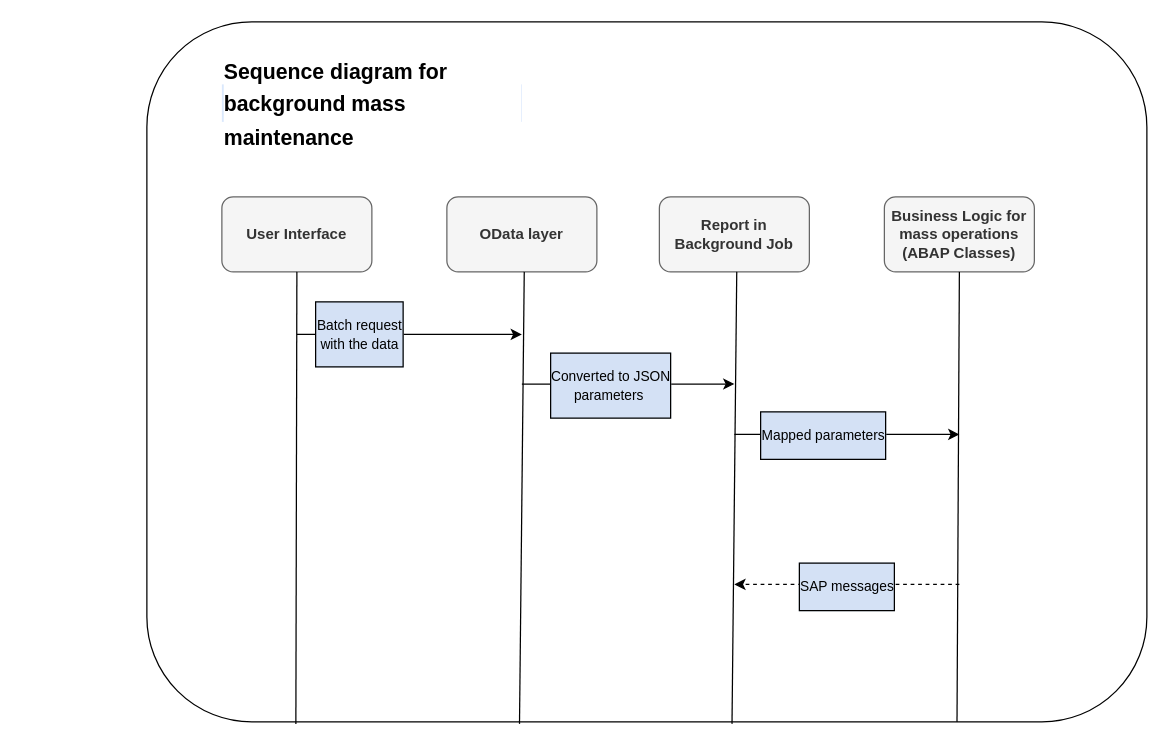
Before: Untitled Diagram.drawio in deusvalen/Anroid3_4, a draw.io diagram. Source tidied: cells renumbered, new cells numbered last; positions are measured from the earlier drawing's top-left corner, leaving out a move shared by most shapes. Both pictures are drawn from the tidied source at 125%, with x=0, y=0 at pixel (146, 21).
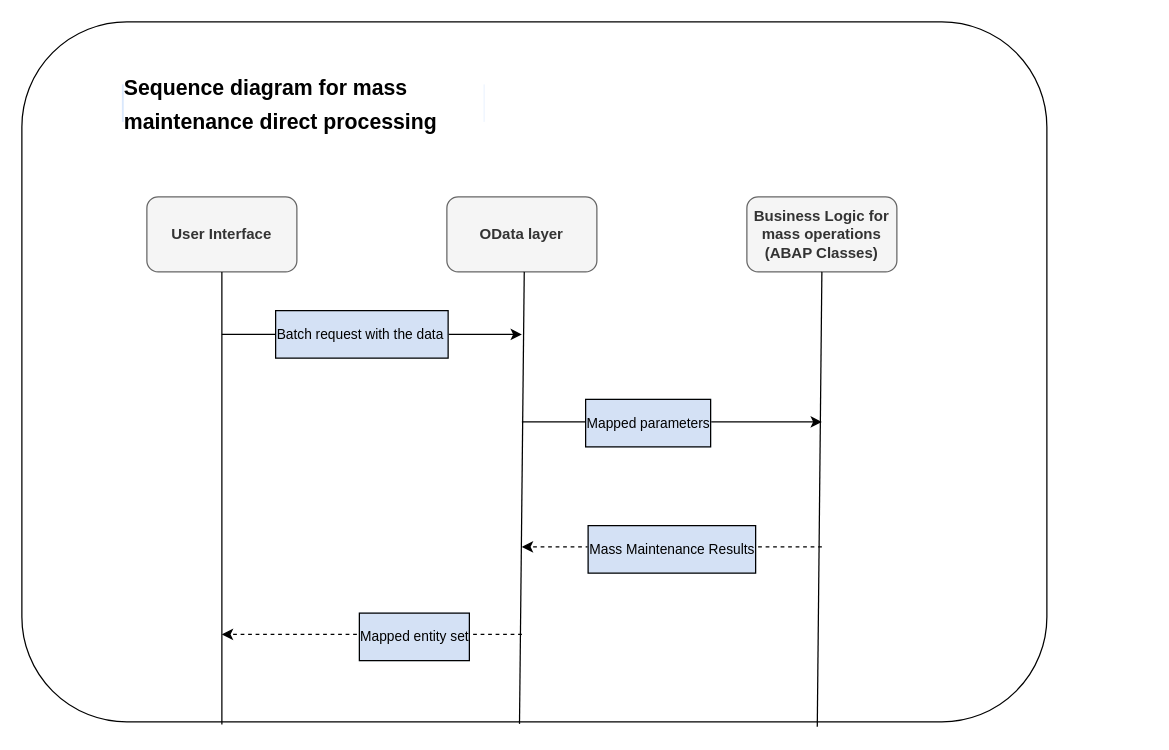
After the change.

Change to the diagram source:
```diff
@@
     <mxCell id="2" style="rounded=1;whiteSpace=wrap;html=1;arcSize=15;" parent="1" vertex="1">
-      <mxGeometry width="800" height="560" as="geometry" />
+      <mxGeometry x="-100" width="820" height="560" as="geometry" />
     </mxCell>
     <mxCell id="3" value="User Interface" style="rounded=1;whiteSpace=wrap;html=1;fillColor=#f5f5f5;strokeColor=#666666;fontColor=#333333;fontStyle=1;" parent="1" vertex="1">
-      <mxGeometry x="60" y="140" width="120" height="60" as="geometry" />
+      <mxGeometry y="140" width="120" height="60" as="geometry" />
     </mxCell>
@@
-    <mxCell id="5" value="Report in Background Job" style="rounded=1;whiteSpace=wrap;html=1;fillColor=#f5f5f5;strokeColor=#666666;fontColor=#333333;fontStyle=1;" parent="1" vertex="1">
-      <mxGeometry x="410" y="140" width="120" height="60" as="geometry" />
-    </mxCell>
     <mxCell id="6" value="Business Logic for mass operations&lt;br&gt;(ABAP Classes)" style="rounded=1;whiteSpace=wrap;html=1;fillColor=#f5f5f5;strokeColor=#666666;fontColor=#333333;fontStyle=1;shadow=0;sketch=0;glass=0;" parent="1" vertex="1">
-      <mxGeometry x="590" y="140" width="120" height="60" as="geometry" />
+      <mxGeometry x="480" y="140" width="120" height="60" as="geometry" />
     </mxCell>
-    <mxCell id="7" style="endArrow=none;html=1;exitX=0.149;exitY=1.003;exitDx=0;exitDy=0;exitPerimeter=0;" parent="1" edge="1" source="2">
+    <mxCell id="7" style="endArrow=none;html=1;" parent="1" edge="1">
       <mxGeometry relative="1" as="geometry">
-        <mxPoint x="120" y="200" as="targetPoint" />
+        <mxPoint x="60" y="562" as="sourcePoint" />
+        <mxPoint x="60" y="200" as="targetPoint" />
       </mxGeometry>
     </mxCell>
@@
-    <mxCell id="9" style="endArrow=none;html=1;exitX=0.149;exitY=1.003;exitDx=0;exitDy=0;exitPerimeter=0;" parent="1" edge="1">
-      <mxGeometry relative="1" as="geometry">
-        <mxPoint x="468.1" y="561.6" as="sourcePoint" />
-        <mxPoint x="471.9" y="200" as="targetPoint" />
-      </mxGeometry>
-    </mxCell>
-    <mxCell id="10" style="endArrow=none;html=1;exitX=0.149;exitY=1.003;exitDx=0;exitDy=0;exitPerimeter=0;entryX=0.5;entryY=1;entryDx=0;entryDy=0;" parent="1" edge="1" target="6">
-      <mxGeometry relative="1" as="geometry">
-        <mxPoint x="648.1" y="560" as="sourcePoint" />
-      </mxGeometry>
+    <mxCell id="10" style="endArrow=none;html=1;exitX=0.776;exitY=1.007;exitDx=0;exitDy=0;exitPerimeter=0;entryX=0.5;entryY=1;entryDx=0;entryDy=0;" parent="1" edge="1" source="2" target="6">
+      <mxGeometry relative="1" as="geometry" />
     </mxCell>
     <mxCell id="11" style="endArrow=classic;html=1;rounded=1;" parent="1" edge="1">
       <mxGeometry relative="1" as="geometry">
-        <mxPoint x="120" y="250" as="sourcePoint" />
+        <mxPoint x="60" y="250" as="sourcePoint" />
         <mxPoint x="300" y="250" as="targetPoint" />
       </mxGeometry>
     </mxCell>
-    <mxCell id="12" value="&lt;p style=&quot;line-height: 130%&quot;&gt;Batch request&lt;br style=&quot;font-size: 11px&quot;&gt;&amp;nbsp;with the data&amp;nbsp;&lt;/p&gt;" style="edgeLabel;html=1;align=center;verticalAlign=middle;labelBorderColor=#000000;fontSize=11;labelBackgroundColor=#D4E1F5;" parent="11" vertex="1">
-      <mxGeometry x="-0.46" y="1" relative="1" as="geometry" />
+    <mxCell id="12" value="&lt;p style=&quot;line-height: 130%&quot;&gt;Batch request with the data&amp;nbsp;&lt;/p&gt;" style="edgeLabel;html=1;align=center;verticalAlign=middle;labelBorderColor=#000000;fontSize=11;labelBackgroundColor=#D4E1F5;" parent="11" vertex="1">
+      <mxGeometry x="-0.46" y="1" relative="1" as="geometry">
+        <mxPoint x="46" as="offset" />
+      </mxGeometry>
     </mxCell>
-    <mxCell id="13" style="endArrow=classic;html=1;" parent="1" edge="1">
-      <mxGeometry relative="1" as="geometry">
-        <mxPoint x="300" y="289.7" as="sourcePoint" />
-        <mxPoint x="470" y="289.7" as="targetPoint" />
-      </mxGeometry>
-    </mxCell>
     <mxCell id="14" style="endArrow=classic;html=1;" parent="1" edge="1">
       <mxGeometry relative="1" as="geometry">
-        <mxPoint x="470" y="330" as="sourcePoint" />
-        <mxPoint x="650" y="330" as="targetPoint" />
+        <mxPoint x="300" y="320" as="sourcePoint" />
+        <mxPoint x="540" y="320" as="targetPoint" />
       </mxGeometry>
     </mxCell>
     <mxCell id="15" style="endArrow=classic;html=1;dashed=1;" parent="1" edge="1">
       <mxGeometry relative="1" as="geometry">
-        <mxPoint x="650" y="450" as="sourcePoint" />
-        <mxPoint x="470" y="450" as="targetPoint" />
+        <mxPoint x="540" y="420" as="sourcePoint" />
+        <mxPoint x="300" y="420" as="targetPoint" />
       </mxGeometry>
     </mxCell>
-    <mxCell id="16" value="&lt;p style=&quot;line-height: 130%&quot;&gt;Converted to JSON &lt;br&gt;parameters&amp;nbsp;&lt;/p&gt;" style="edgeLabel;html=1;align=center;verticalAlign=middle;labelBorderColor=#000000;fontSize=11;labelBackgroundColor=#D4E1F5;" parent="1" vertex="1">
-      <mxGeometry x="370" y="290" as="geometry" />
-    </mxCell>
     <mxCell id="17" value="&lt;p style=&quot;line-height: 130%&quot;&gt;Mapped parameters&lt;/p&gt;" style="edgeLabel;html=1;align=center;verticalAlign=middle;labelBorderColor=#000000;fontSize=11;labelBackgroundColor=#D4E1F5;" parent="1" vertex="1">
-      <mxGeometry x="540" y="330" as="geometry" />
+      <mxGeometry x="400" y="320" as="geometry" />
     </mxCell>
-    <mxCell id="18" value="&lt;p style=&quot;line-height: 130%&quot;&gt;SAP messages&lt;/p&gt;" style="edgeLabel;html=1;align=center;verticalAlign=middle;labelBorderColor=#000000;fontSize=11;labelBackgroundColor=#D4E1F5;" parent="1" vertex="1">
-      <mxGeometry x="560" y="450" as="geometry">
+    <mxCell id="18" value="&lt;p style=&quot;line-height: 130%&quot;&gt;Mass Maintenance Results&lt;/p&gt;" style="edgeLabel;html=1;align=center;verticalAlign=middle;labelBorderColor=#000000;fontSize=11;labelBackgroundColor=#D4E1F5;" parent="1" vertex="1">
+      <mxGeometry x="420" y="420" as="geometry">
         <mxPoint x="-1" y="1" as="offset" />
       </mxGeometry>
     </mxCell>
-    <mxCell id="19" value="&lt;h1&gt;&lt;font style=&quot;font-size: 17px&quot;&gt;Sequence diagram for background mass maintenance&amp;nbsp;&lt;/font&gt;&lt;/h1&gt;" style="text;html=1;align=left;verticalAlign=middle;whiteSpace=wrap;rounded=0;shadow=0;glass=0;labelBackgroundColor=#FFFFFF;sketch=0;fontSize=11;fillColor=#dae8fc;" parent="1" vertex="1">
-      <mxGeometry x="60" y="50" width="240" height="30" as="geometry" />
+    <mxCell id="19" value="&lt;h1&gt;&lt;font style=&quot;font-size: 17px&quot;&gt;Sequence diagram for mass maintenance direct processing&amp;nbsp;&lt;/font&gt;&lt;/h1&gt;" style="text;html=1;align=left;verticalAlign=middle;whiteSpace=wrap;rounded=0;shadow=0;glass=0;labelBackgroundColor=#FFFFFF;sketch=0;fontSize=11;fillColor=#dae8fc;" parent="1" vertex="1">
+      <mxGeometry x="-20" y="50" width="290" height="30" as="geometry" />
     </mxCell>
+    <mxCell id="20" style="endArrow=classic;html=1;dashed=1;" parent="1" edge="1">
+      <mxGeometry relative="1" as="geometry">
+        <mxPoint x="300" y="490" as="sourcePoint" />
+        <mxPoint x="60" y="490" as="targetPoint" />
+      </mxGeometry>
+    </mxCell>
+    <mxCell id="21" value="&lt;p style=&quot;line-height: 130%&quot;&gt;Mapped entity set&lt;/p&gt;" style="edgeLabel;html=1;align=center;verticalAlign=middle;labelBorderColor=#000000;fontSize=11;labelBackgroundColor=#D4E1F5;" parent="1" vertex="1">
+      <mxGeometry x="220" y="490" as="geometry">
+        <mxPoint x="-7" y="1" as="offset" />
+      </mxGeometry>
+    </mxCell>
```
